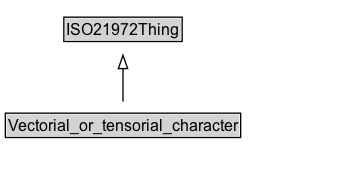
The Graphviz diagram docs/diagrams/Vectorial_or_tensorial_character.dot.png in ISO-TC204/ontology-i72-v1, before a commit. Its source is kept beside it as docs/diagrams/Vectorial_or_tensorial_character.dot.
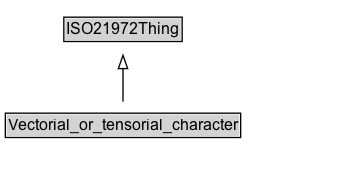
The same file after the commit.

Change to the diagram source:
```diff
@@ -3,13 +3,16 @@
 	node [fontname=Arial fontsize=12 margin=0 shape=none]
 	edge [fontname=Arial fontsize=11]
 	{
+		rank=source
+		ISO21972Thing [label=<<TABLE BORDER="1" CELLBORDER="0" CELLSPACING="0" CELLPADDING="1"><TR><TD BGCOLOR="lightgray" ALIGN="CENTER">ISO21972Thing</TD></TR></TABLE>> URL="../ISO21972Thing" margin=0]
+	}
+	Vectorial_or_tensorial_character [label=<<TABLE BORDER="1" CELLBORDER="0" CELLSPACING="0" CELLPADDING="1"><TR><TD BGCOLOR="lightgray" ALIGN="CENTER">Vectorial_or_tensorial_character</TD></TR></TABLE>> URL="../Vectorial_or_tensorial_character" margin=0]
+	{
 		rank=max
-		Vectorial_or_tensorial_character [label=<<TABLE BORDER="1" CELLBORDER="0" CELLSPACING="0" CELLPADDING="1"><TR><TD BGCOLOR="lightgray" ALIGN="CENTER" PORT="e">Vectorial_or_tensorial_character</TD></TR></TABLE>> URL="../Vectorial_or_tensorial_character.md" margin=0]
 	}
 	subgraph cluster_associated {
 		label="" style=invis
 		Invis [label=<<TABLE BORDER="0" CELLBORDER="0" CELLSPACING="0" CELLPADDING="1"><TR><TD></TD></TR></TABLE>> margin=0 style=invis]
 	}
-	ISO21972Thing [label=<<TABLE BORDER="1" CELLBORDER="0" CELLSPACING="0" CELLPADDING="1"><TR><TD BGCOLOR="lightgray" ALIGN="CENTER">ISO21972Thing</TD></TR></TABLE>> URL="../ISO21972Thing.md" margin=0]
 	Vectorial_or_tensorial_character -> ISO21972Thing [arrowhead=onormal style=solid]
 }
```
